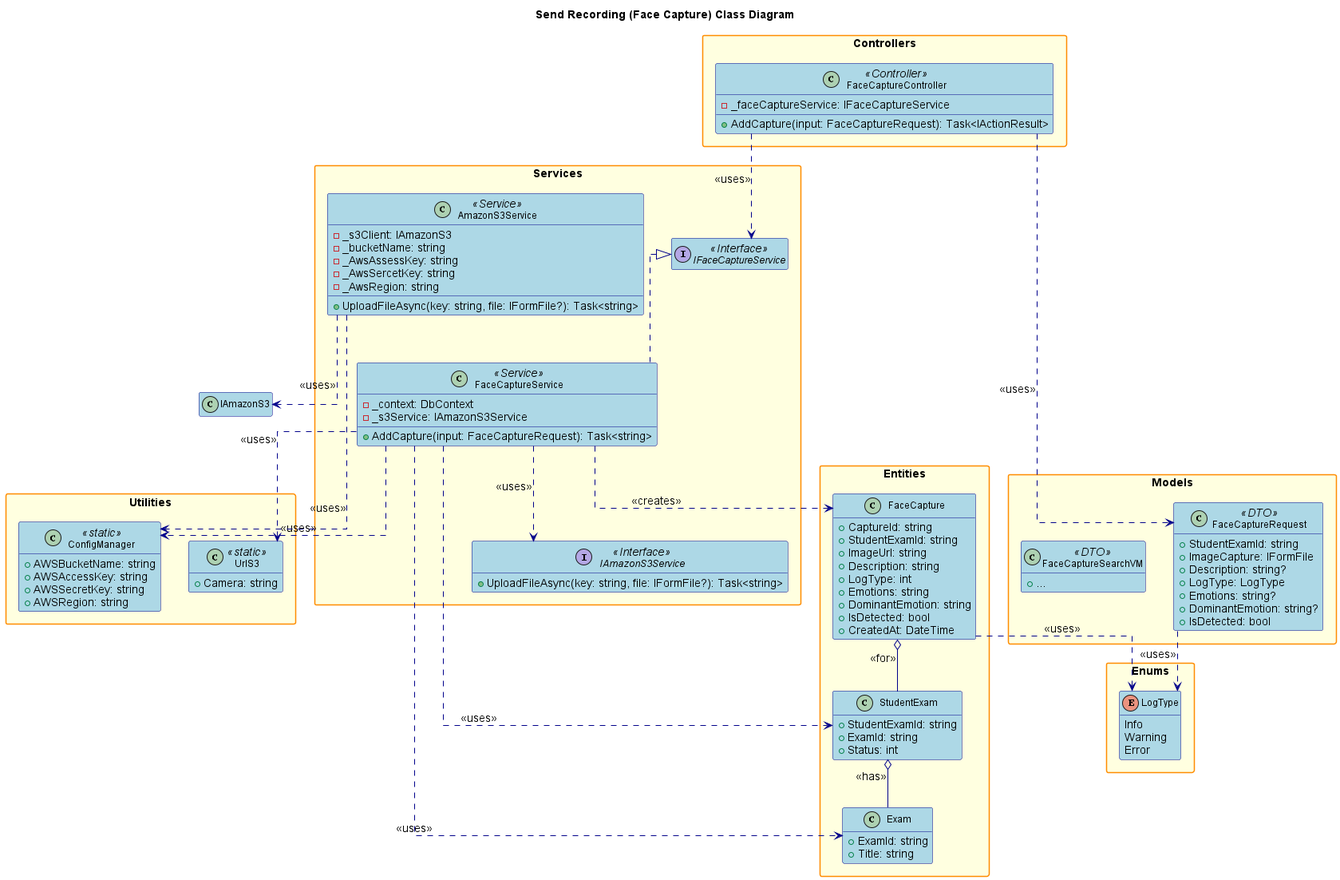
conghoan1211/AI-Kiosk-Testing-system keeps this PlantUML diagram as design/out/sendrecording/sendrecording.png. Above is the earlier version. The source it was exported from:
```plantuml
@startuml

title Send Recording (Face Capture) Class Diagram

hide empty members
skinparam packageStyle rectangle
skinparam linetype ortho
skinparam defaultFontSize 14
skinparam defaultFontName Arial
skinparam classFontSize 12
skinparam classFontName Arial
skinparam noteFontSize 11
skinparam noteFontName Arial

skinparam class {
    BackgroundColor LightBlue
    BorderColor DarkBlue
    ArrowColor DarkBlue
    FontSize 12
}

skinparam package {
    BackgroundColor LightYellow
    BorderColor DarkOrange
    FontSize 14
    FontStyle bold
}

skinparam interface {
    BackgroundColor LightGreen
    BorderColor DarkGreen
    FontSize 12
}

skinparam enum {
    BackgroundColor LightCyan
    BorderColor DarkCyan
    FontSize 12
}

package "Controllers" {
    class FaceCaptureController <<Controller>> {
        - _faceCaptureService: IFaceCaptureService
        + AddCapture(input: FaceCaptureRequest): Task<IActionResult>
    }
}

package "Services" {
    interface IFaceCaptureService <<Interface>> {
    }
    class FaceCaptureService <<Service>> {
        - _context: DbContext
        - _s3Service: IAmazonS3Service
        + AddCapture(input: FaceCaptureRequest): Task<string>
    }
    interface IAmazonS3Service <<Interface>> {
        + UploadFileAsync(key: string, file: IFormFile?): Task<string>
    }
    class AmazonS3Service <<Service>> {
        - _s3Client: IAmazonS3
        - _bucketName: string
        - _AwsAssessKey: string
        - _AwsSercetKey: string
        - _AwsRegion: string
        + UploadFileAsync(key: string, file: IFormFile?): Task<string>
    }
}

package "Models" {
    class FaceCaptureRequest <<DTO>> {
        + StudentExamId: string
        + ImageCapture: IFormFile
        + Description: string?
        + LogType: LogType
        + Emotions: string?
        + DominantEmotion: string?
        + IsDetected: bool
    }
    class FaceCaptureSearchVM <<DTO>> {
        + ...
    }
}

package "Entities" {
    class FaceCapture {
        + CaptureId: string
        + StudentExamId: string
        + ImageUrl: string
        + Description: string
        + LogType: int
        + Emotions: string
        + DominantEmotion: string
        + IsDetected: bool
        + CreatedAt: DateTime
    }
    class StudentExam {
        + StudentExamId: string
        + ExamId: string
        + Status: int
    }
    class Exam {
        + ExamId: string
        + Title: string
    }
}

package "Enums" {
    enum LogType {
        Info
        Warning
        Error
    }
}

package "Utilities" {
    class UrlS3 <<static>> {
        + Camera: string
    }
    class ConfigManager <<static>> {
        + AWSBucketName: string
        + AWSAccessKey: string
        + AWSSecretKey: string
        + AWSRegion: string
    }
}

FaceCaptureController ..> IFaceCaptureService : <<uses>>
IFaceCaptureService <|.. FaceCaptureService
FaceCaptureController ..> FaceCaptureRequest : <<uses>>
FaceCaptureService ..> FaceCapture : <<creates>>
FaceCaptureService ..> StudentExam : <<uses>>
FaceCaptureService ..> Exam : <<uses>>
FaceCaptureService ..> IAmazonS3Service : <<uses>>
FaceCaptureService ..> UrlS3 : <<uses>>
FaceCaptureService ..> ConfigManager : <<uses>>
AmazonS3Service ..> IAmazonS3 : <<uses>>
AmazonS3Service ..> ConfigManager : <<uses>>
FaceCapture o-- StudentExam : <<for>>
StudentExam o-- Exam : <<has>>
FaceCapture ..> LogType : <<uses>>
FaceCaptureRequest ..> LogType : <<uses>>

@enduml
```
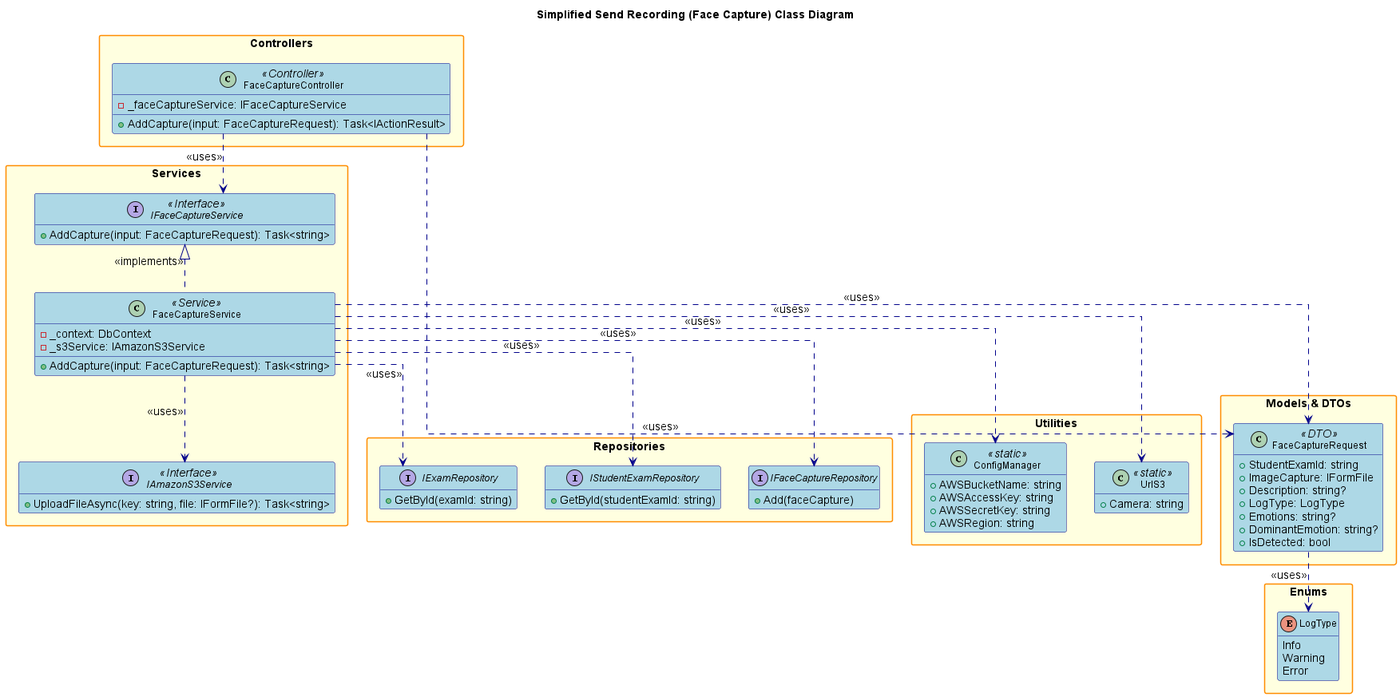
After the commit.

Change to the diagram source:
```diff
@@ -1,6 +1,4 @@
 @startuml
-
-title Send Recording (Face Capture) Class Diagram
 
 hide empty members
 skinparam packageStyle rectangle
@@ -25,18 +23,18 @@
     FontSize 14
     FontStyle bold
 }
-
 skinparam interface {
     BackgroundColor LightGreen
     BorderColor DarkGreen
     FontSize 12
 }
-
 skinparam enum {
     BackgroundColor LightCyan
     BorderColor DarkCyan
     FontSize 12
 }
+
+title Simplified Send Recording (Face Capture) Class Diagram
 
 package "Controllers" {
     class FaceCaptureController <<Controller>> {
@@ -47,6 +45,7 @@
 
 package "Services" {
     interface IFaceCaptureService <<Interface>> {
+        + AddCapture(input: FaceCaptureRequest): Task<string>
     }
     class FaceCaptureService <<Service>> {
         - _context: DbContext
@@ -56,17 +55,21 @@
     interface IAmazonS3Service <<Interface>> {
         + UploadFileAsync(key: string, file: IFormFile?): Task<string>
     }
-    class AmazonS3Service <<Service>> {
-        - _s3Client: IAmazonS3
-        - _bucketName: string
-        - _AwsAssessKey: string
-        - _AwsSercetKey: string
-        - _AwsRegion: string
-        + UploadFileAsync(key: string, file: IFormFile?): Task<string>
+}
+
+package "Repositories" {
+    interface IFaceCaptureRepository {
+        + Add(faceCapture)
+    }
+    interface IStudentExamRepository {
+        + GetById(studentExamId: string)
+    }
+    interface IExamRepository {
+        + GetById(examId: string)
     }
 }
 
-package "Models" {
+package "Models & DTOs" {
     class FaceCaptureRequest <<DTO>> {
         + StudentExamId: string
         + ImageCapture: IFormFile
@@ -75,32 +78,6 @@
         + Emotions: string?
         + DominantEmotion: string?
         + IsDetected: bool
-    }
-    class FaceCaptureSearchVM <<DTO>> {
-        + ...
-    }
-}
-
-package "Entities" {
-    class FaceCapture {
-        + CaptureId: string
-        + StudentExamId: string
-        + ImageUrl: string
-        + Description: string
-        + LogType: int
-        + Emotions: string
-        + DominantEmotion: string
-        + IsDetected: bool
-        + CreatedAt: DateTime
-    }
-    class StudentExam {
-        + StudentExamId: string
-        + ExamId: string
-        + Status: int
-    }
-    class Exam {
-        + ExamId: string
-        + Title: string
     }
 }
 
@@ -125,19 +102,15 @@
 }
 
 FaceCaptureController ..> IFaceCaptureService : <<uses>>
-IFaceCaptureService <|.. FaceCaptureService
 FaceCaptureController ..> FaceCaptureRequest : <<uses>>
-FaceCaptureService ..> FaceCapture : <<creates>>
-FaceCaptureService ..> StudentExam : <<uses>>
-FaceCaptureService ..> Exam : <<uses>>
+IFaceCaptureService <|.. FaceCaptureService : <<implements>>
+FaceCaptureService ..> FaceCaptureRequest : <<uses>>
+FaceCaptureService ..> IFaceCaptureRepository : <<uses>>
+FaceCaptureService ..> IStudentExamRepository : <<uses>>
+FaceCaptureService ..> IExamRepository : <<uses>>
 FaceCaptureService ..> IAmazonS3Service : <<uses>>
 FaceCaptureService ..> UrlS3 : <<uses>>
 FaceCaptureService ..> ConfigManager : <<uses>>
-AmazonS3Service ..> IAmazonS3 : <<uses>>
-AmazonS3Service ..> ConfigManager : <<uses>>
-FaceCapture o-- StudentExam : <<for>>
-StudentExam o-- Exam : <<has>>
-FaceCapture ..> LogType : <<uses>>
 FaceCaptureRequest ..> LogType : <<uses>>
 
 @enduml
```
